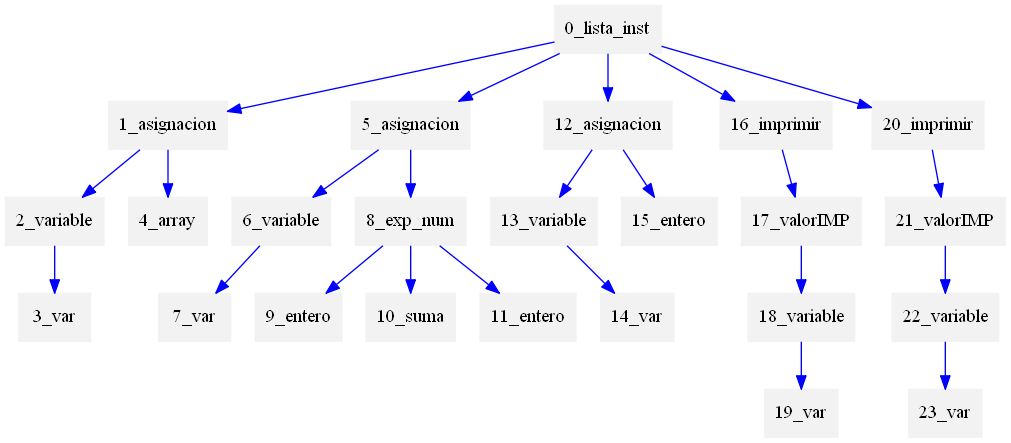
Earlier version of the Graphviz export AST_asc.dot.png (Gary-Joan/Proyecto1_Compi2). Its source is kept beside it as ASt_asc.dot.
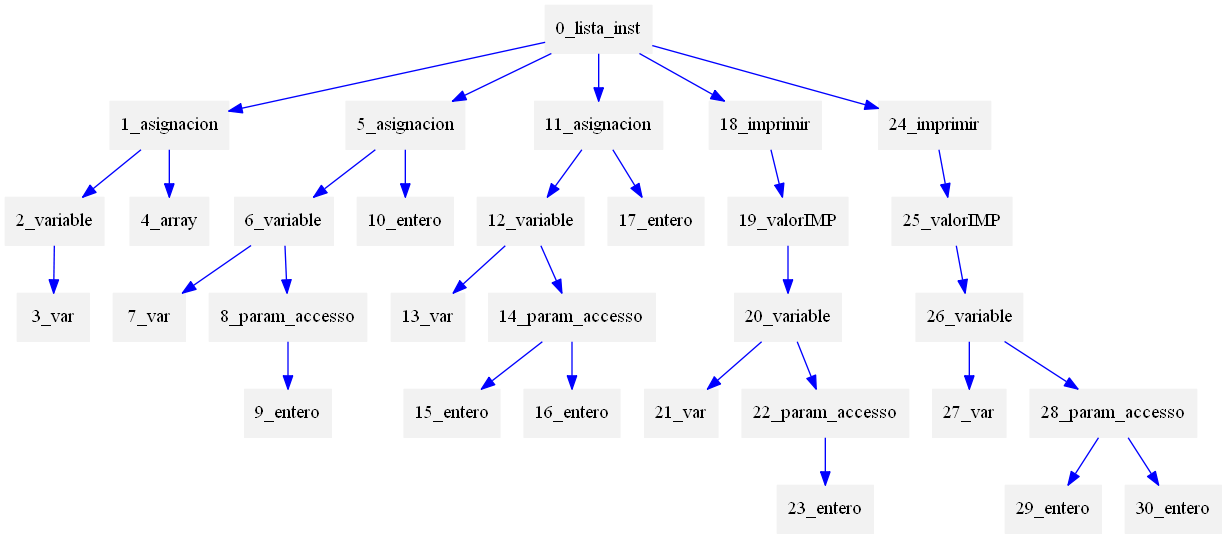
After the commit.

What changed in the source:
```diff
@@ -13,36 +13,50 @@
 "5_asignacion"->"6_variable"
 "6_variable"->"7_var"
 
-
-"5_asignacion"->"8_exp_num"
-"8_exp_num"->"9_entero"
-
-"8_exp_num"->"10_suma"
-
-"8_exp_num"->"11_entero"
+"6_variable"->"8_param_accesso"
+"8_param_accesso"->"9_entero"
 
 
 
-"0_lista_inst"->"12_asignacion"
-"12_asignacion"->"13_variable"
-"13_variable"->"14_var"
+"5_asignacion"->"10_entero"
 
 
-"12_asignacion"->"15_entero"
+"0_lista_inst"->"11_asignacion"
+"11_asignacion"->"12_variable"
+"12_variable"->"13_var"
+
+"12_variable"->"14_param_accesso"
+"14_param_accesso"->"15_entero"
+
+"14_param_accesso"->"16_entero"
 
 
-"0_lista_inst"->"16_imprimir"
-"16_imprimir"->"17_valorIMP"
-"17_valorIMP"->"18_variable"
-"18_variable"->"19_var"
+
+"11_asignacion"->"17_entero"
+
+
+"0_lista_inst"->"18_imprimir"
+"18_imprimir"->"19_valorIMP"
+"19_valorIMP"->"20_variable"
+"20_variable"->"21_var"
+
+"20_variable"->"22_param_accesso"
+"22_param_accesso"->"23_entero"
 
 
 
 
-"0_lista_inst"->"20_imprimir"
-"20_imprimir"->"21_valorIMP"
-"21_valorIMP"->"22_variable"
-"22_variable"->"23_var"
+
+"0_lista_inst"->"24_imprimir"
+"24_imprimir"->"25_valorIMP"
+"25_valorIMP"->"26_variable"
+"26_variable"->"27_var"
+
+"26_variable"->"28_param_accesso"
+"28_param_accesso"->"29_entero"
+
+"28_param_accesso"->"30_entero"
+
 
 
 
```
